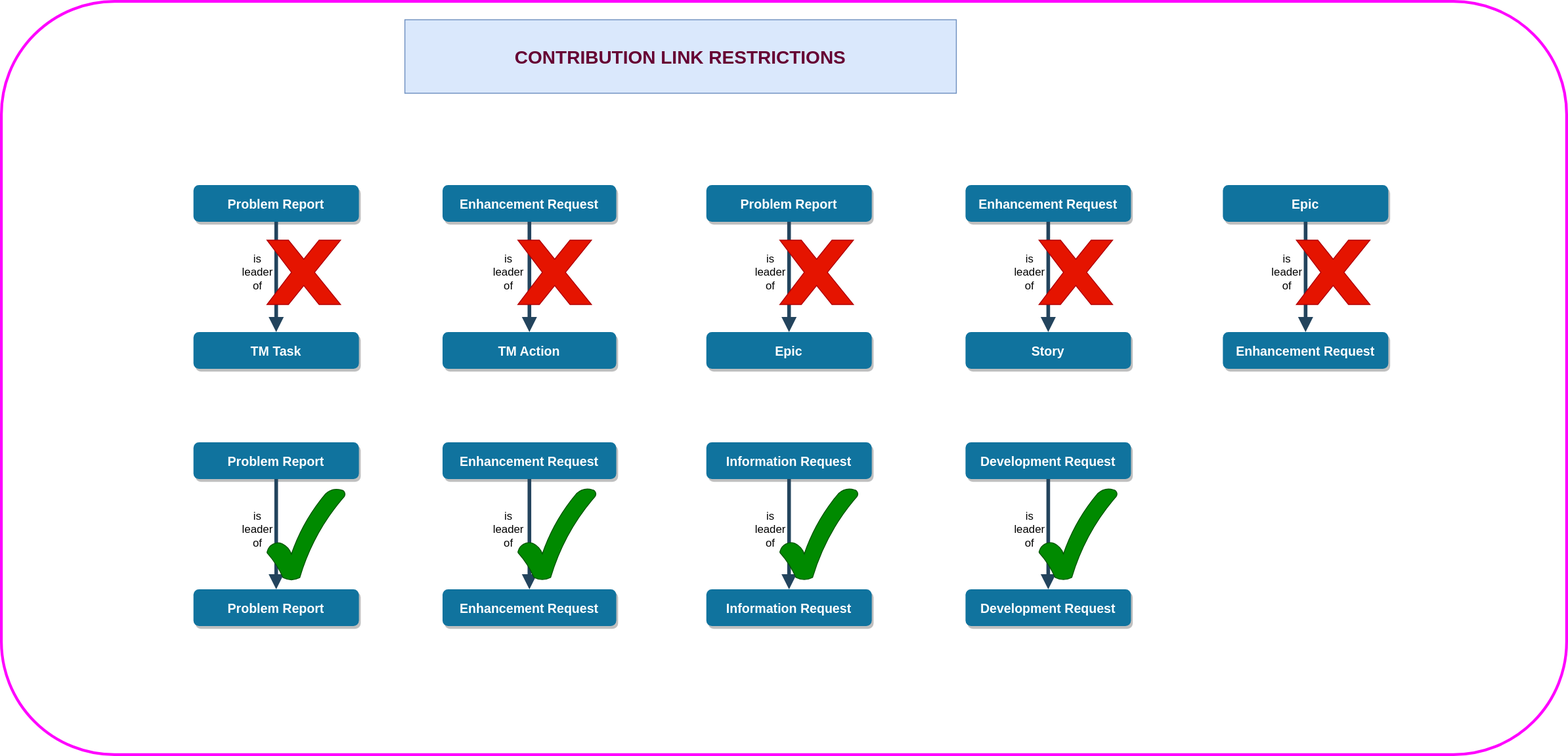
Above: Contribution_Link_Restrictions.svg in alaindelanay/drawings (draw.io), before the change. Source tidied: cells renumbered, new cells last; positions are measured from the earlier drawing's top-left corner, leaving out a move shared by most shapes.
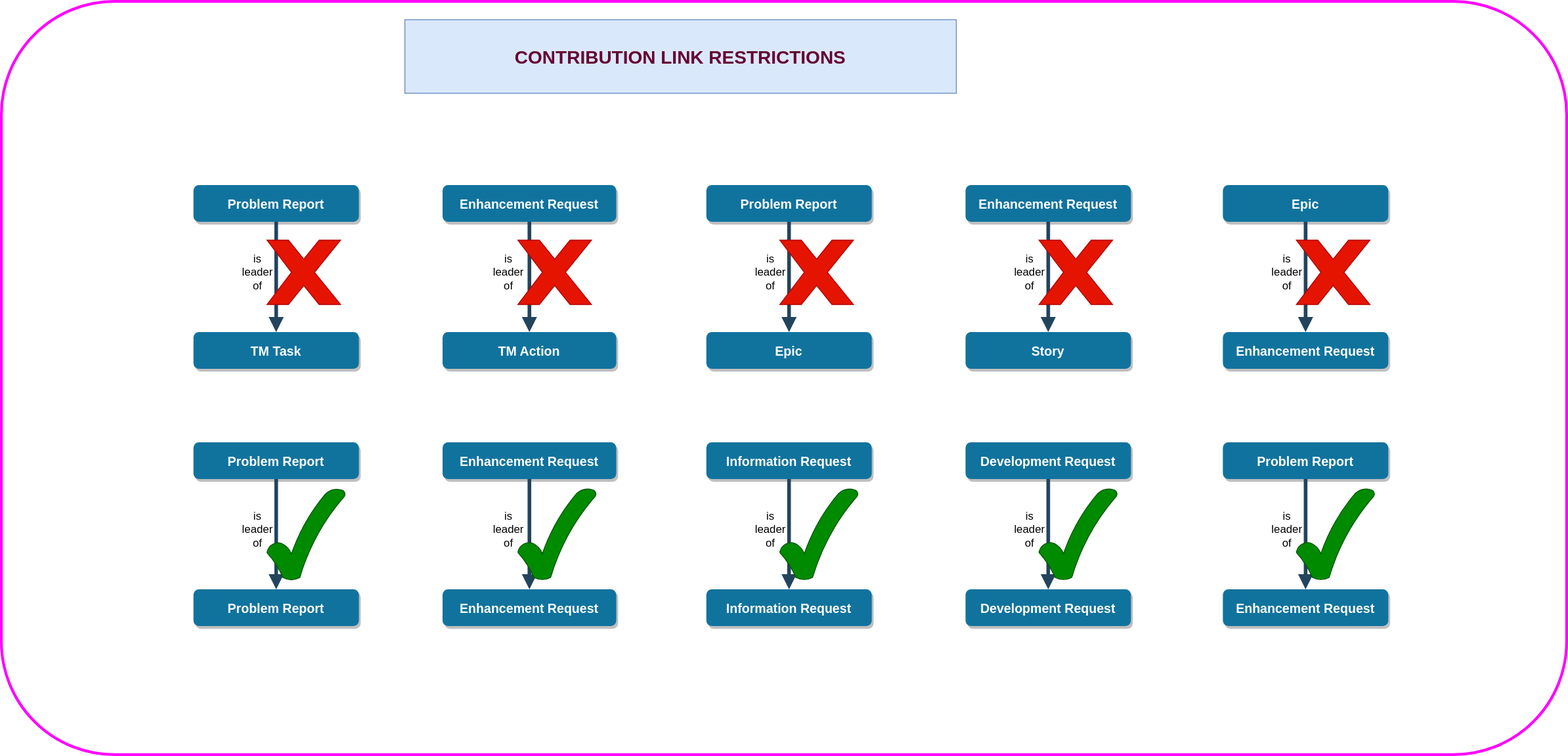
The same file after the commit.

Change to the diagram source:
```diff
@@ -143,5 +143,20 @@
     <mxCell id="48" style="verticalLabelPosition=bottom;verticalAlign=top;html=1;shape=mxgraph.basic.x;fillColor=#e51400;strokeColor=#B20000;fontColor=#ffffff;" parent="1" vertex="1">
       <mxGeometry x="1409" y="260" width="80" height="70" as="geometry" />
     </mxCell>
+    <mxCell id="49" value="Problem Report" style="rounded=1;fillColor=#10739E;strokeColor=none;shadow=1;gradientColor=none;fontStyle=1;fontColor=#FFFFFF;fontSize=14;" parent="1" vertex="1">
+      <mxGeometry x="1329" y="480" width="180" height="40" as="geometry" />
+    </mxCell>
+    <mxCell id="50" value="Enhancement Request" style="rounded=1;fillColor=#10739E;strokeColor=none;shadow=1;gradientColor=none;fontStyle=1;fontColor=#FFFFFF;fontSize=14;" parent="1" vertex="1">
+      <mxGeometry x="1329" y="640" width="180" height="40" as="geometry" />
+    </mxCell>
+    <mxCell id="51" style="edgeStyle=elbowEdgeStyle;elbow=vertical;strokeWidth=4;endArrow=block;endFill=1;fontStyle=1;strokeColor=#23445D;exitX=0.5;exitY=1;exitDx=0;exitDy=0;" parent="1" edge="1" source="49" target="50">
+      <mxGeometry x="1230" y="55.5" as="geometry" />
+    </mxCell>
+    <mxCell id="52" value="is &lt;br&gt;leader&lt;br&gt;of" style="text;html=1;strokeColor=none;fillColor=none;align=center;verticalAlign=middle;whiteSpace=wrap;rounded=0;" parent="1" vertex="1">
+      <mxGeometry x="1369" y="560" width="60" height="30" as="geometry" />
+    </mxCell>
+    <mxCell id="53" style="verticalLabelPosition=bottom;verticalAlign=top;html=1;shape=mxgraph.basic.tick;fillColor=#008a00;fontColor=#ffffff;strokeColor=#005700;" parent="1" vertex="1">
+      <mxGeometry x="1409" y="530" width="85" height="100" as="geometry" />
+    </mxCell>
   </root>
 </mxGraphModel>
```
